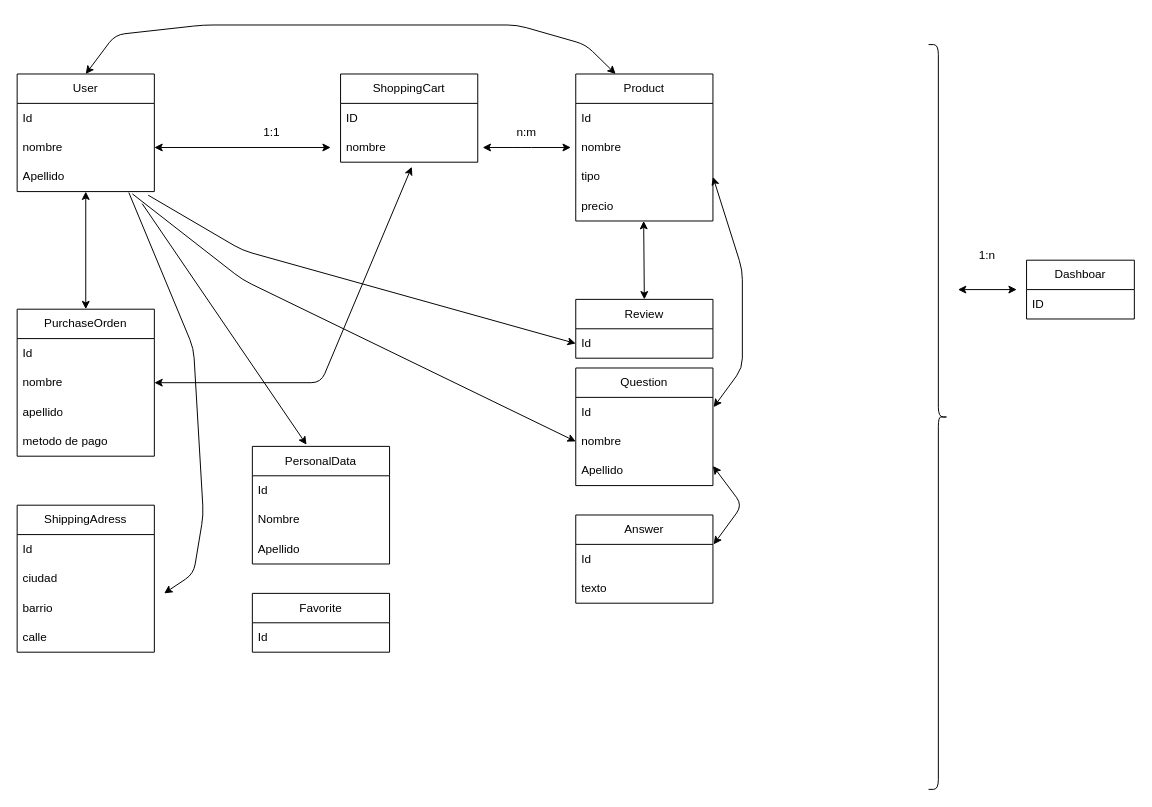
brunob43/Ecommerce-Api-Back keeps this draw.io diagram as graph.drawio. Above is the earlier version. Source tidied: cells renumbered, new cells numbered last; positions are measured from the earlier drawing's top-left corner, leaving out a move shared by most shapes. Both pictures are drawn from the tidied source at 98%, with x=0, y=0 at pixel (17, 24).
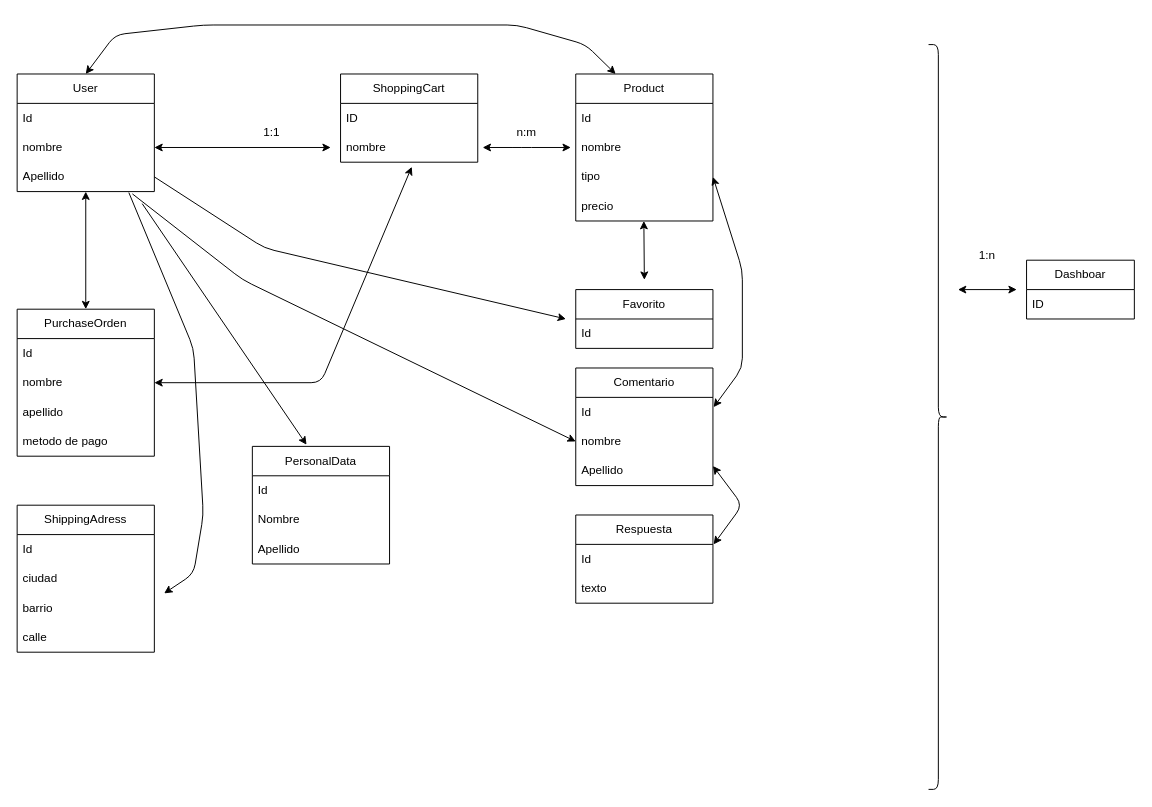
Above is the later version.

Unchanged cells that the change refers to:
```xml
<mxCell id="15" value="Apellido" style="text;strokeColor=none;fillColor=none;align=left;verticalAlign=middle;spacingLeft=4;spacingRight=4;overflow=hidden;points=[[0,0.5],[1,0.5]];portConstraint=eastwest;whiteSpace=wrap;html=1;" parent="12" vertex="1">
  <mxGeometry y="90" width="140" height="30" as="geometry" />
</mxCell>
```

Diff of the diagram source:
```diff
@@
-    <mxCell id="30" value="Review" style="swimlane;fontStyle=0;horizontal=1;startSize=30;whiteSpace=wrap;html=1;rounded=0;" parent="1" vertex="1">
-      <mxGeometry x="570" y="280" width="140" height="60" as="geometry" />
-    </mxCell>
-    <mxCell id="31" value="Id" style="text;strokeColor=none;fillColor=none;align=left;verticalAlign=middle;spacingLeft=4;spacingRight=4;overflow=hidden;points=[[0,0.5],[1,0.5]];portConstraint=eastwest;whiteSpace=wrap;html=1;rounded=0;" parent="30" vertex="1">
-      <mxGeometry y="30" width="140" height="30" as="geometry" />
-    </mxCell>
-    <mxCell id="32" value="Favorite" style="swimlane;fontStyle=0;horizontal=1;startSize=30;whiteSpace=wrap;html=1;rounded=0;" parent="1" vertex="1">
-      <mxGeometry x="240" y="580" width="140" height="60" as="geometry" />
+    <mxCell id="32" value="Favorito" style="swimlane;fontStyle=0;horizontal=1;startSize=30;whiteSpace=wrap;html=1;rounded=0;" parent="1" vertex="1">
+      <mxGeometry x="570" y="270" width="140" height="60" as="geometry" />
     </mxCell>
@@
-    <mxCell id="39" value="Answer" style="swimlane;fontStyle=0;horizontal=1;startSize=30;whiteSpace=wrap;html=1;" parent="1" vertex="1">
+    <mxCell id="39" value="Respuesta" style="swimlane;fontStyle=0;horizontal=1;startSize=30;whiteSpace=wrap;html=1;" parent="1" vertex="1">
       <mxGeometry x="570" y="500" width="140" height="90" as="geometry" />
     </mxCell>
@@
-    <mxCell id="42" style="endArrow=classic;startArrow=classic;html=1;exitX=0.5;exitY=0;exitDx=0;exitDy=0;" parent="1" edge="1" source="30">
-      <mxGeometry relative="1" as="geometry">
-        <mxPoint x="639.3" y="200" as="targetPoint" />
-      </mxGeometry>
-    </mxCell>
-    <mxCell id="43" style="edgeStyle=none;html=1;exitX=0.955;exitY=1.122;exitDx=0;exitDy=0;entryX=0;entryY=0.5;entryDx=0;entryDy=0;exitPerimeter=0;" parent="1" edge="1" source="15" target="31">
-      <mxGeometry relative="1" as="geometry">
-        <Array as="points">
-          <mxPoint x="230" y="230" />
-        </Array>
-      </mxGeometry>
-    </mxCell>
-    <mxCell id="44" value="Question" style="swimlane;fontStyle=0;horizontal=1;startSize=30;whiteSpace=wrap;html=1;" parent="1" vertex="1">
+    <mxCell id="44" value="Comentario" style="swimlane;fontStyle=0;horizontal=1;startSize=30;whiteSpace=wrap;html=1;" parent="1" vertex="1">
       <mxGeometry x="570" y="350" width="140" height="120" as="geometry" />
     </mxCell>
@@
+    <mxCell id="58" style="edgeStyle=none;html=1;exitX=1;exitY=0.5;exitDx=0;exitDy=0;" parent="1" edge="1" source="15">
+      <mxGeometry relative="1" as="geometry">
+        <mxPoint x="560" y="300" as="targetPoint" />
+        <Array as="points">
+          <mxPoint x="252.4" y="227.7" />
+        </Array>
+      </mxGeometry>
+    </mxCell>
+    <mxCell id="59" style="endArrow=classic;startArrow=classic;html=1;" parent="1" edge="1">
+      <mxGeometry relative="1" as="geometry">
+        <mxPoint x="640" y="260" as="sourcePoint" />
+        <mxPoint x="639.5" y="200" as="targetPoint" />
+      </mxGeometry>
+    </mxCell>
```
